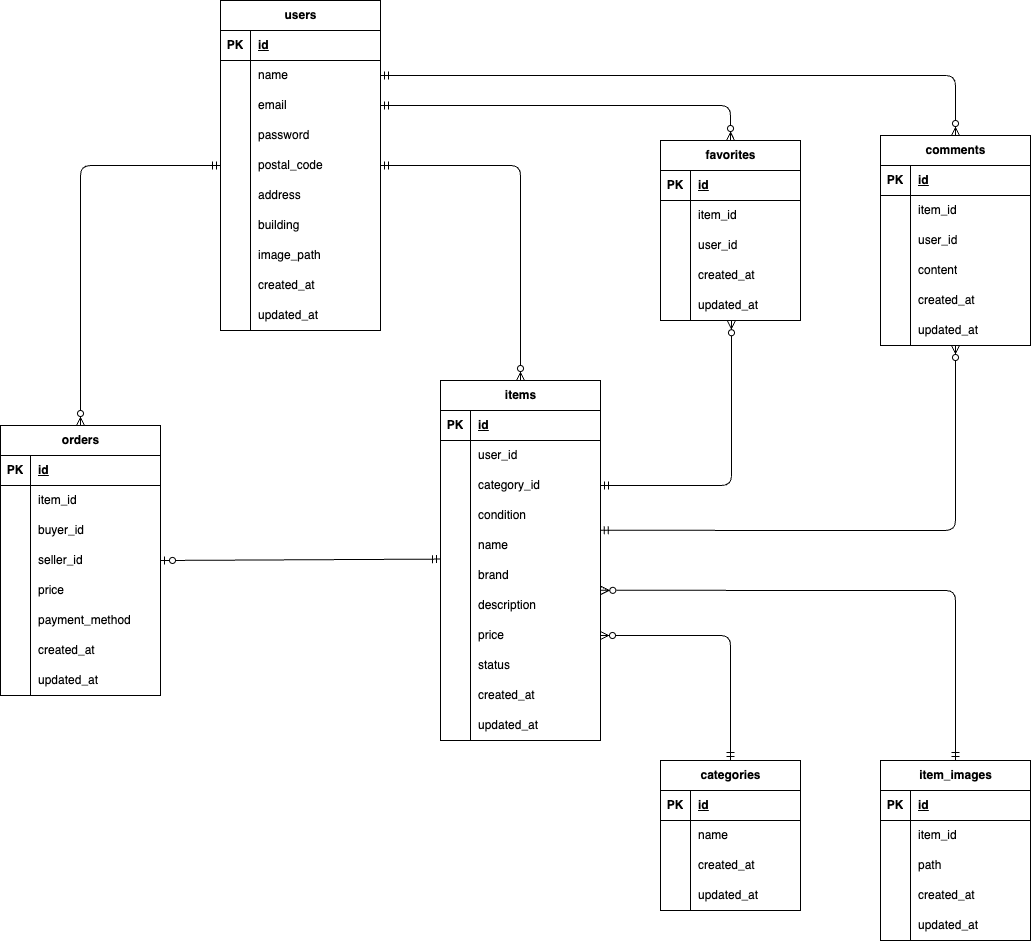
The draw.io diagram index.drawio.png in ktpsc000/CoachtechFleaMarket, before a commit. Source tidied: cells renumbered, new cells last; positions are measured from the earlier drawing's top-left corner, leaving out a move shared by most shapes.
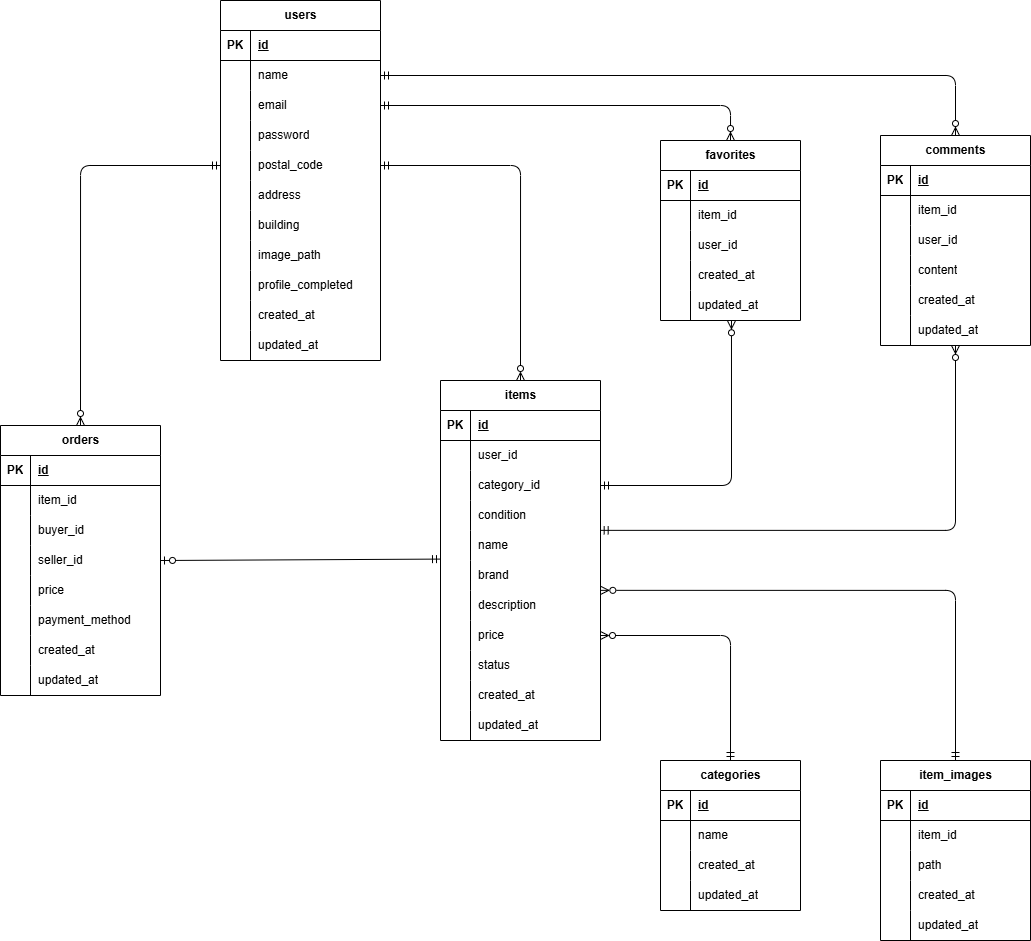
Above is the later version.

Commit message:
ER図修正　view作成中

The edit, as a diff of the source:
```diff
@@ -324,7 +324,7 @@
       <mxGeometry x="30" width="110" height="30" as="geometry" />
     </mxCell>
     <mxCell id="109" value="users" style="shape=table;startSize=30;rowLines=0;fontStyle=1;align=center;html=1;" parent="1" vertex="1">
-      <mxGeometry x="220" width="160" height="330" as="geometry" />
+      <mxGeometry x="220" width="160" height="360" as="geometry" />
     </mxCell>
     <mxCell id="110" style="shape=tableRow;horizontal=0;startSize=0;swimlaneHead=0;swimlaneBody=0;fillColor=none;top=0;left=0;right=0;bottom=1;" parent="109" vertex="1">
       <mxGeometry y="30" width="160" height="30" as="geometry" />
@@ -398,8 +398,17 @@
     <mxCell id="133" value="image_path" style="shape=partialRectangle;fillColor=none;top=0;left=0;bottom=0;right=0;align=left;spacingLeft=6;overflow=hidden;whiteSpace=wrap;html=1;" parent="131" vertex="1">
       <mxGeometry x="30" width="130" height="30" as="geometry" />
     </mxCell>
+    <mxCell id="165" style="shape=tableRow;horizontal=0;startSize=0;swimlaneHead=0;swimlaneBody=0;fillColor=none;top=0;left=0;right=0;bottom=0;" parent="109" vertex="1">
+      <mxGeometry y="270" width="160" height="30" as="geometry" />
+    </mxCell>
+    <mxCell id="166" style="shape=partialRectangle;fillColor=none;top=0;left=0;bottom=0;right=0;overflow=hidden;whiteSpace=wrap;html=1;" parent="165" vertex="1">
+      <mxGeometry width="30" height="30" as="geometry" />
+    </mxCell>
+    <mxCell id="167" value="profile_completed" style="shape=partialRectangle;fillColor=none;top=0;left=0;bottom=0;right=0;align=left;spacingLeft=6;overflow=hidden;whiteSpace=wrap;html=1;" parent="165" vertex="1">
+      <mxGeometry x="30" width="130" height="30" as="geometry" />
+    </mxCell>
     <mxCell id="134" style="shape=tableRow;horizontal=0;startSize=0;swimlaneHead=0;swimlaneBody=0;fillColor=none;top=0;left=0;right=0;bottom=0;" parent="109" vertex="1">
-      <mxGeometry y="270" width="160" height="30" as="geometry" />
+      <mxGeometry y="300" width="160" height="30" as="geometry" />
     </mxCell>
     <mxCell id="135" style="shape=partialRectangle;fillColor=none;top=0;left=0;bottom=0;right=0;overflow=hidden;whiteSpace=wrap;html=1;" parent="134" vertex="1">
       <mxGeometry width="30" height="30" as="geometry" />
@@ -408,7 +417,7 @@
       <mxGeometry x="30" width="130" height="30" as="geometry" />
     </mxCell>
     <mxCell id="137" style="shape=tableRow;horizontal=0;startSize=0;swimlaneHead=0;swimlaneBody=0;fillColor=none;top=0;left=0;right=0;bottom=0;" parent="109" vertex="1">
-      <mxGeometry y="300" width="160" height="30" as="geometry" />
+      <mxGeometry y="330" width="160" height="30" as="geometry" />
     </mxCell>
     <mxCell id="138" style="shape=partialRectangle;fillColor=none;top=0;left=0;bottom=0;right=0;overflow=hidden;whiteSpace=wrap;html=1;" parent="137" vertex="1">
       <mxGeometry width="30" height="30" as="geometry" />
```
